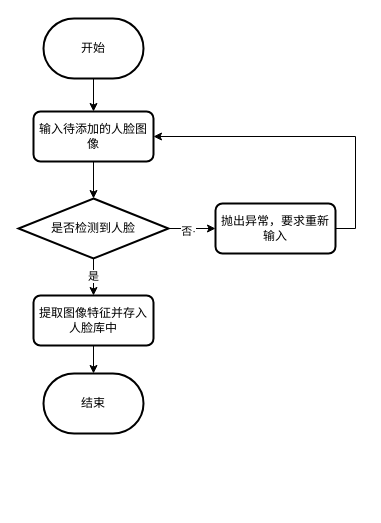
Above: 未命名绘图.drawio in jtwty/Face_Rec (draw.io), before the change. Source tidied: cells renumbered, new cells numbered last; positions are measured from the earlier drawing's top-left corner, leaving out a move shared by most shapes. Both pictures are drawn from the tidied source at 100%, with x=0, y=0 at pixel (18, 18).
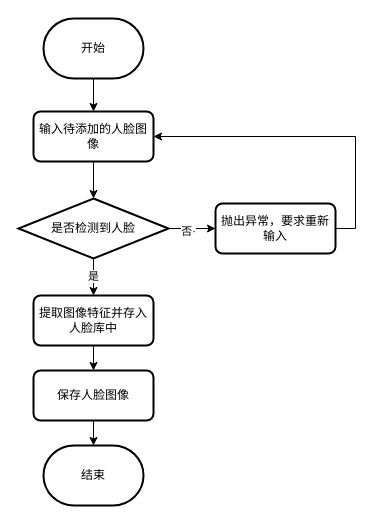
The same page after the edit.

Commit message (it also covers changes not shown here):
更新未命名绘图.drawio

The edit, as a diff of the source:
```diff
@@
 <mxGraphModel>
   <root>
     <mxCell id="0" />
     <mxCell id="1" parent="0" />
     <mxCell id="2" style="edgeStyle=orthogonalEdgeStyle;rounded=0;jettySize=auto;html=1;" parent="1" edge="1" source="3" target="5">
       <mxGeometry relative="1" as="geometry" />
     </mxCell>
     <mxCell id="3" value="开始" style="strokeWidth=2;html=1;shape=mxgraph.flowchart.terminator;whiteSpace=wrap;" parent="1" vertex="1">
       <mxGeometry x="25" width="100" height="60" as="geometry" />
     </mxCell>
     <mxCell id="4" style="edgeStyle=orthogonalEdgeStyle;rounded=0;jettySize=auto;html=1;" parent="1" edge="1" source="5" target="13">
       <mxGeometry relative="1" as="geometry" />
     </mxCell>
     <mxCell id="5" value="输入待添加的人脸图像" style="rounded=1;whiteSpace=wrap;html=1;absoluteArcSize=1;arcSize=14;strokeWidth=2;" parent="1" vertex="1">
       <mxGeometry x="15" y="93" width="120" height="50" as="geometry" />
     </mxCell>
-    <mxCell id="6" style="edgeStyle=orthogonalEdgeStyle;rounded=0;jettySize=auto;html=1;" parent="1" edge="1" source="7" target="14">
-      <mxGeometry relative="1" as="geometry" />
-    </mxCell>
+    <mxCell id="15" style="edgeStyle=orthogonalEdgeStyle;rounded=0;jettySize=auto;html=1;" parent="1" edge="1" source="7" target="17">
+      <mxGeometry relative="1" as="geometry" />
+    </mxCell>
     <mxCell id="7" value="提取图像特征并存入人脸库中" style="rounded=1;whiteSpace=wrap;html=1;absoluteArcSize=1;arcSize=14;strokeWidth=2;" parent="1" vertex="1">
       <mxGeometry x="15" y="277" width="120" height="50" as="geometry" />
     </mxCell>
     <mxCell id="8" style="edgeStyle=orthogonalEdgeStyle;rounded=0;jettySize=auto;html=1;entryX=1;entryY=0.5;entryDx=0;entryDy=0;" parent="1" edge="1" source="9" target="5">
       <mxGeometry relative="1" as="geometry">
         <Array as="points">
           <mxPoint x="337" y="210" />
           <mxPoint x="337" y="118" />
         </Array>
       </mxGeometry>
     </mxCell>
     <mxCell id="9" value="抛出异常，要求重新输入" style="rounded=1;whiteSpace=wrap;html=1;absoluteArcSize=1;arcSize=14;strokeWidth=2;" parent="1" vertex="1">
       <mxGeometry x="197" y="185" width="120" height="50" as="geometry" />
     </mxCell>
     <mxCell id="10" value="是" style="edgeStyle=orthogonalEdgeStyle;rounded=0;jettySize=auto;html=1;" parent="1" edge="1" source="13" target="7">
       <mxGeometry relative="1" as="geometry" />
     </mxCell>
     <mxCell id="11" style="edgeStyle=orthogonalEdgeStyle;rounded=0;jettySize=auto;html=1;" parent="1" edge="1" source="13" target="9">
       <mxGeometry relative="1" as="geometry" />
     </mxCell>
     <mxCell id="12" value="否·" style="edgeLabel;html=1;align=center;verticalAlign=middle;" parent="11" vertex="1">
       <mxGeometry x="-0.19" y="-1" relative="1" as="geometry">
         <mxPoint y="1" as="offset" />
       </mxGeometry>
     </mxCell>
     <mxCell id="13" value="是否检测到人脸" style="strokeWidth=2;html=1;shape=mxgraph.flowchart.decision;whiteSpace=wrap;" parent="1" vertex="1">
       <mxGeometry y="180" width="150" height="60" as="geometry" />
     </mxCell>
     <mxCell id="14" value="结束" style="strokeWidth=2;html=1;shape=mxgraph.flowchart.terminator;whiteSpace=wrap;" parent="1" vertex="1">
-      <mxGeometry x="25" y="355" width="100" height="60" as="geometry" />
+      <mxGeometry x="25" y="427" width="100" height="60" as="geometry" />
     </mxCell>
+    <mxCell id="16" style="edgeStyle=orthogonalEdgeStyle;rounded=0;jettySize=auto;html=1;" parent="1" edge="1" source="17" target="14">
+      <mxGeometry relative="1" as="geometry" />
+    </mxCell>
+    <mxCell id="17" value="保存人脸图像" style="rounded=1;whiteSpace=wrap;html=1;absoluteArcSize=1;arcSize=14;strokeWidth=2;" parent="1" vertex="1">
+      <mxGeometry x="15" y="352" width="120" height="50" as="geometry" />
+    </mxCell>
   </root>
 </mxGraphModel>
```
